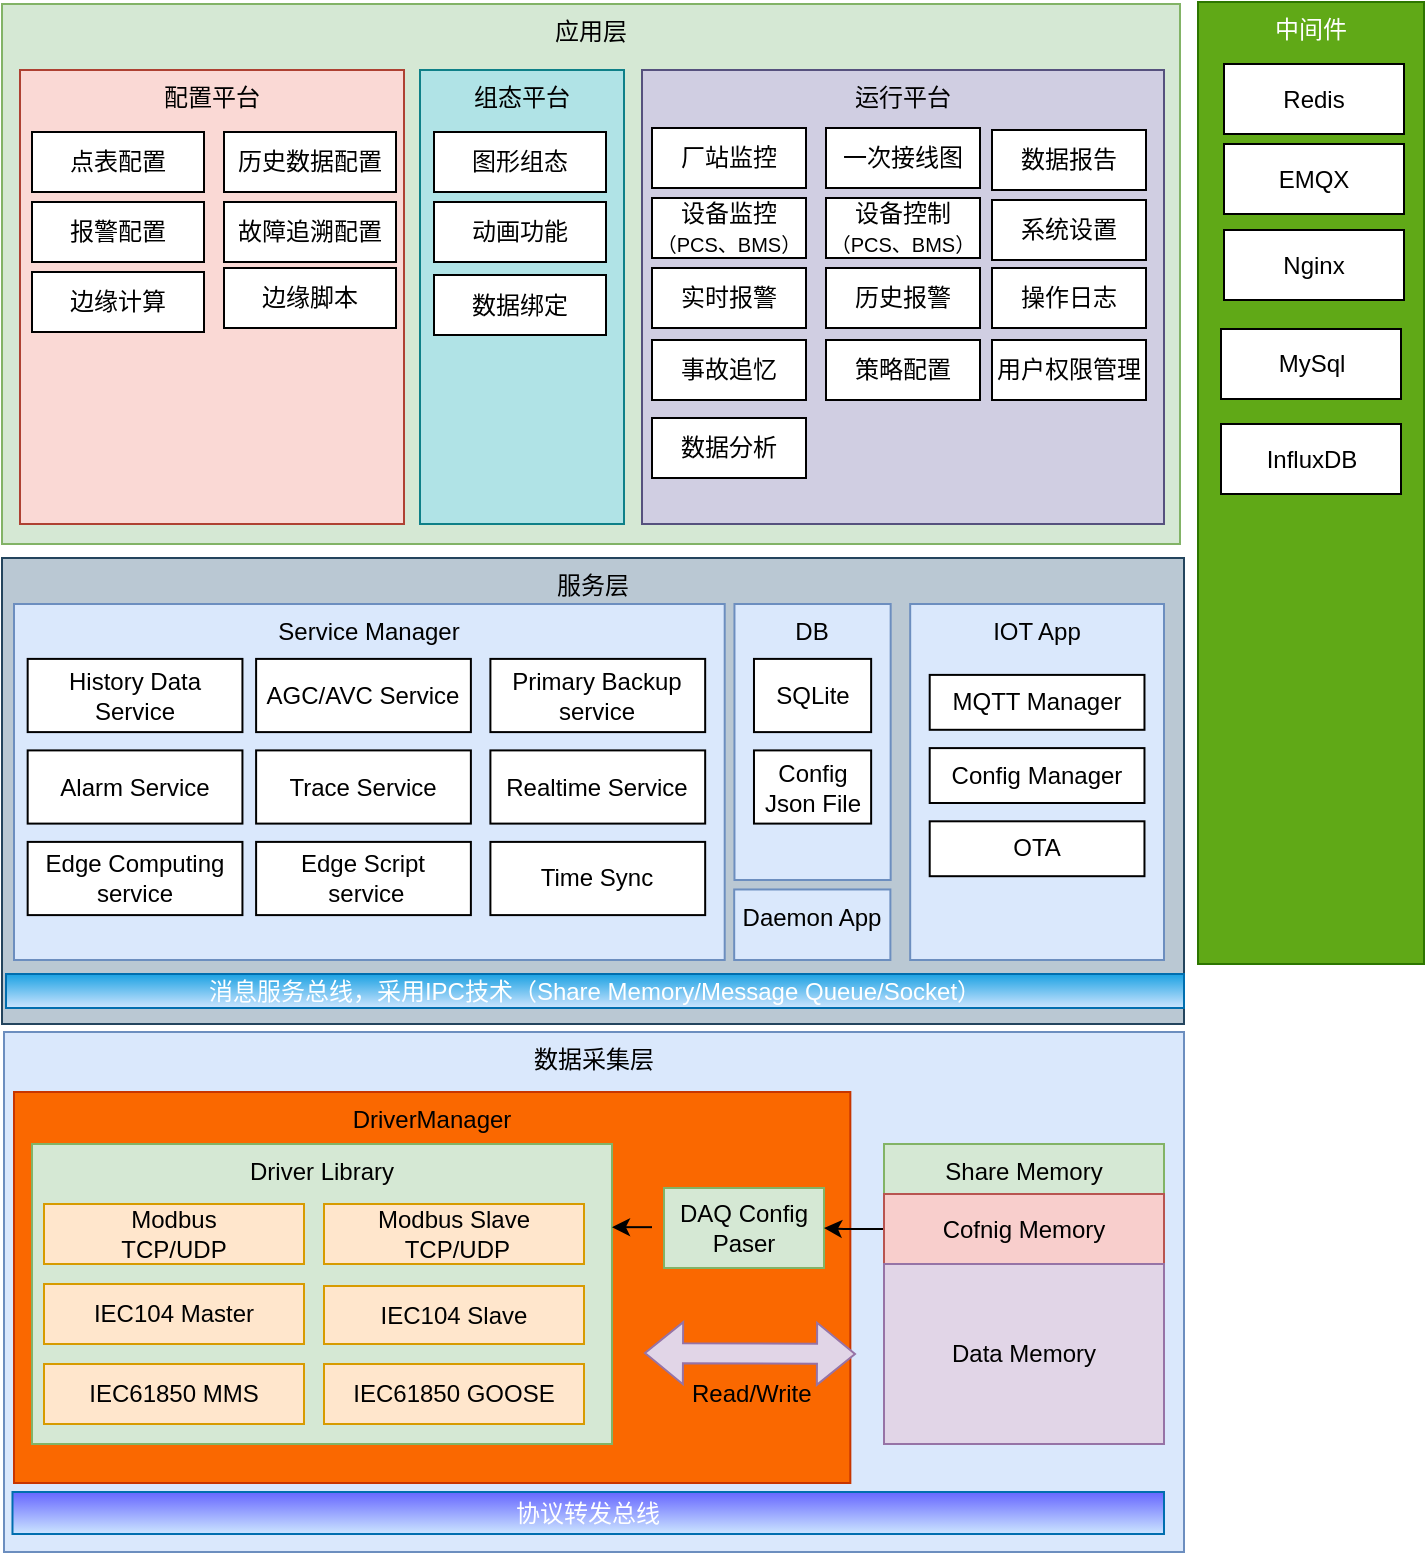
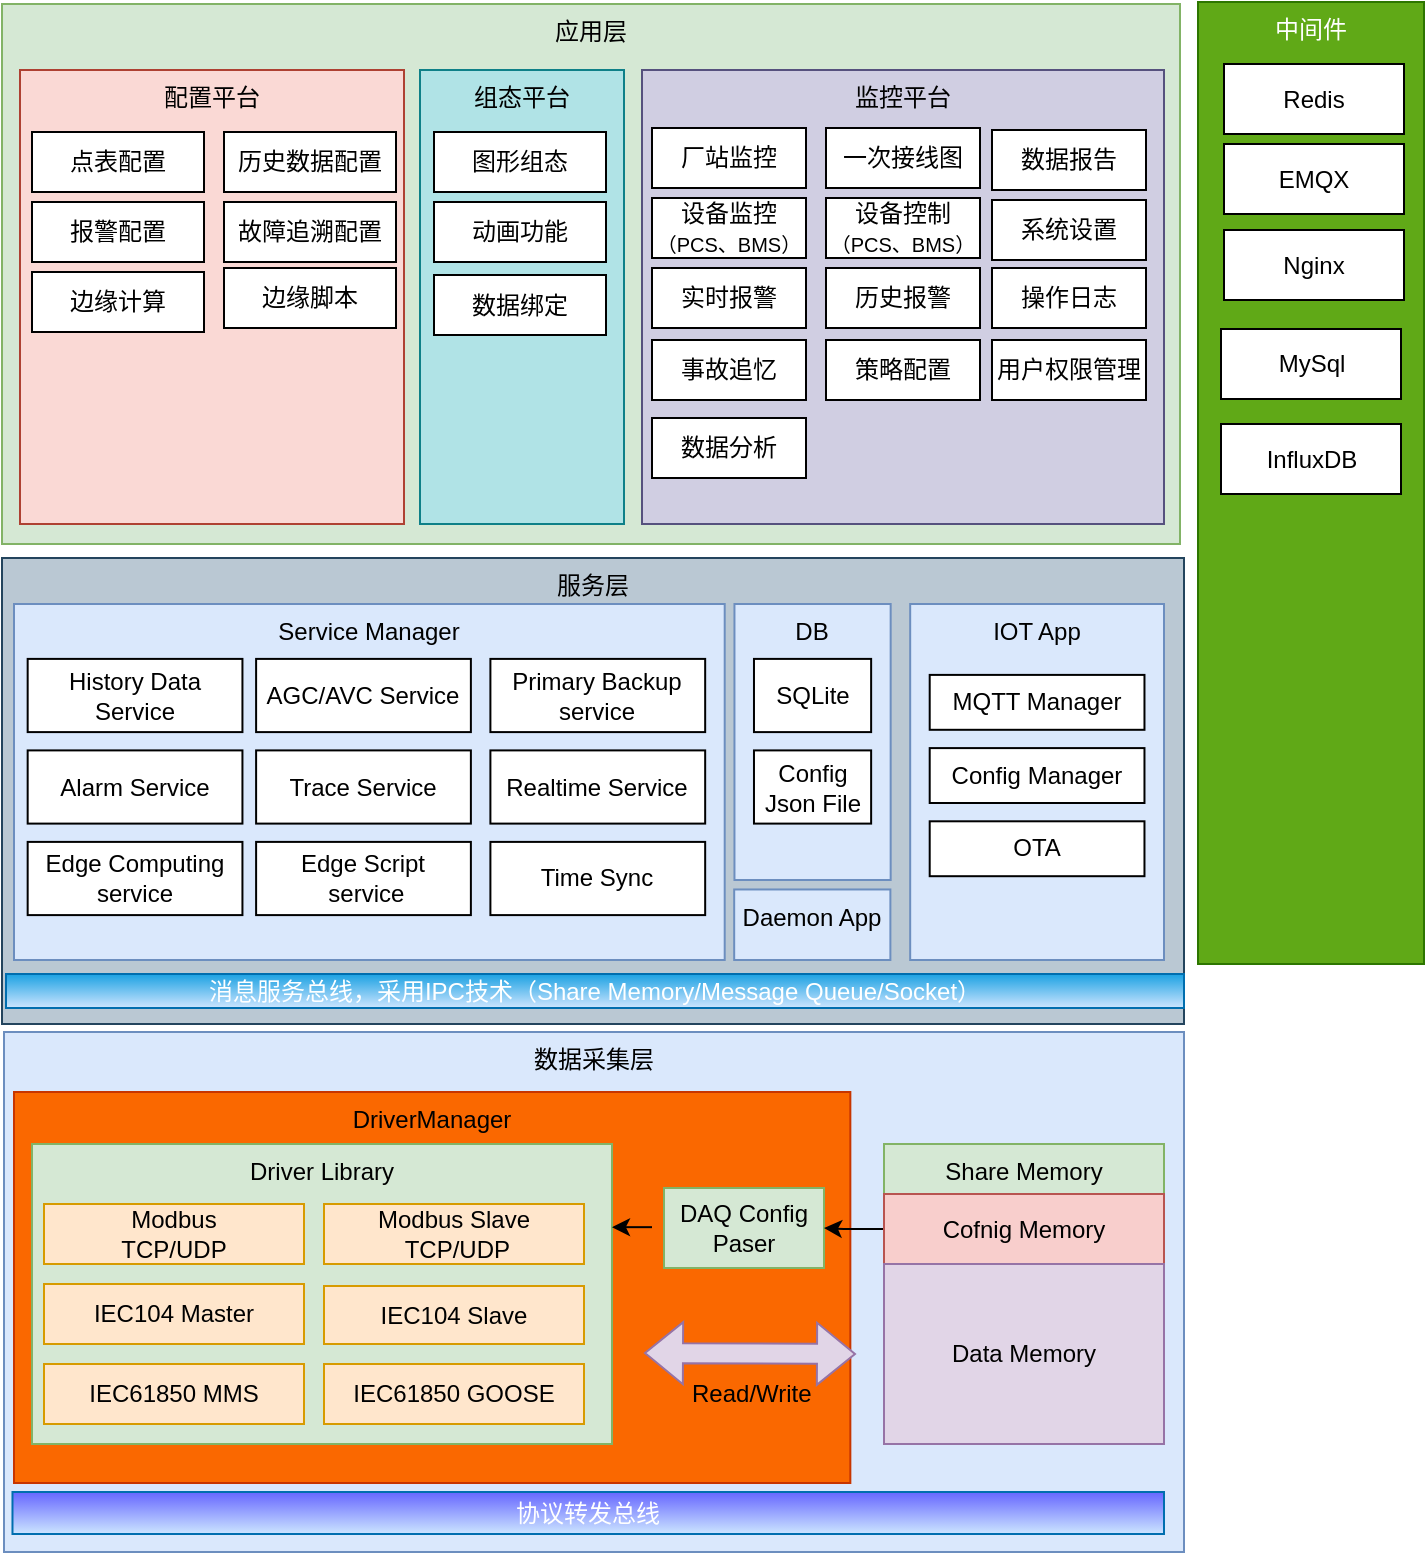
<mxfile host="app.diagrams.net">
  <diagram name="第 1 页" id="cmYdW-KwAcN8iq6mTffT">
-     <mxGraphModel dx="975" dy="1710" grid="1" gridSize="10" guides="1" tooltips="1" connect="1" arrows="1" fold="1" page="1" pageScale="1" pageWidth="827" pageHeight="1169" background="none" math="0" shadow="0">
+     <mxGraphModel dx="1488" dy="1997" grid="1" gridSize="10" guides="1" tooltips="1" connect="1" arrows="1" fold="1" page="1" pageScale="1" pageWidth="827" pageHeight="1169" background="none" math="0" shadow="0">
      <root>
        <mxCell id="0" />
        <mxCell id="1" parent="0" />
        <mxCell id="tWvuuD-49sGy5XE3C95i-89" parent="1" style="rounded=0;whiteSpace=wrap;html=1;verticalAlign=top;fillColor=#bac8d3;strokeColor=#23445d;" value="服务层" vertex="1">
          <mxGeometry height="233" width="591" x="109" y="137" as="geometry" />
        </mxCell>
        <mxCell id="tWvuuD-49sGy5XE3C95i-70" parent="1" style="rounded=0;whiteSpace=wrap;html=1;fillColor=#1ba1e2;strokeColor=#006EAF;fontColor=#ffffff;fillStyle=solid;gradientColor=#CCE5FF;" value="消息服务总线，采用IPC技术（Share Memory/Message Queue/Socket）" vertex="1">
          <mxGeometry height="17" width="589" x="111" y="345" as="geometry" />
        </mxCell>
        <mxCell id="tWvuuD-49sGy5XE3C95i-1" parent="1" style="rounded=0;whiteSpace=wrap;html=1;labelPosition=center;verticalLabelPosition=middle;align=center;verticalAlign=top;fillColor=#dae8fc;strokeColor=#6c8ebf;" value="数据采集层" vertex="1">
          <mxGeometry height="260" width="590" x="110" y="374" as="geometry" />
        </mxCell>
        <mxCell id="fvacmNMgwCuQSH0wYwom-62" parent="1" style="rounded=0;whiteSpace=wrap;html=1;fillColor=#fa6800;fontColor=#000000;strokeColor=#C73500;verticalAlign=top;" value="DriverManager" vertex="1">
          <mxGeometry height="195.5" width="418.17" x="115" y="404" as="geometry" />
        </mxCell>
        <mxCell id="tWvuuD-49sGy5XE3C95i-3" parent="1" style="rounded=0;whiteSpace=wrap;html=1;verticalAlign=top;fillColor=#d5e8d4;strokeColor=#82b366;" value="Driver Library" vertex="1">
          <mxGeometry height="150" width="290" x="124" y="430" as="geometry" />
        </mxCell>
        <mxCell id="tWvuuD-49sGy5XE3C95i-4" parent="1" style="rounded=0;whiteSpace=wrap;html=1;align=center;fillColor=#ffe6cc;strokeColor=#d79b00;" value="&lt;div&gt;Modbus&lt;/div&gt;&lt;div&gt;TCP/UDP&lt;/div&gt;" vertex="1">
          <mxGeometry height="30" width="130" x="130" y="460" as="geometry" />
        </mxCell>
        <mxCell id="tWvuuD-49sGy5XE3C95i-6" parent="1" style="rounded=0;whiteSpace=wrap;html=1;fillColor=#ffe6cc;strokeColor=#d79b00;" value="IEC104 Master" vertex="1">
          <mxGeometry height="30" width="130" x="130" y="500" as="geometry" />
        </mxCell>
        <mxCell id="tWvuuD-49sGy5XE3C95i-7" parent="1" style="rounded=0;whiteSpace=wrap;html=1;fillColor=#ffe6cc;strokeColor=#d79b00;" value="IEC104 Slave" vertex="1">
          <mxGeometry height="29" width="130" x="270" y="501" as="geometry" />
        </mxCell>
        <mxCell id="tWvuuD-49sGy5XE3C95i-8" parent="1" style="rounded=0;whiteSpace=wrap;html=1;fillColor=#ffe6cc;strokeColor=#d79b00;" value="&lt;div&gt;Modbus Slave&lt;/div&gt;&lt;div&gt;&amp;nbsp;TCP/UDP&lt;/div&gt;" vertex="1">
          <mxGeometry height="30" width="130" x="270" y="460" as="geometry" />
        </mxCell>
        <mxCell id="tWvuuD-49sGy5XE3C95i-9" parent="1" style="rounded=0;whiteSpace=wrap;html=1;fillColor=#ffe6cc;strokeColor=#d79b00;" value="IEC61850 MMS" vertex="1">
          <mxGeometry height="30" width="130" x="130" y="540" as="geometry" />
        </mxCell>
        <mxCell id="tWvuuD-49sGy5XE3C95i-10" parent="1" style="rounded=0;whiteSpace=wrap;html=1;fillColor=#ffe6cc;strokeColor=#d79b00;" value="IEC61850 GOOSE" vertex="1">
          <mxGeometry height="30" width="130" x="270" y="540" as="geometry" />
        </mxCell>
        <mxCell id="tWvuuD-49sGy5XE3C95i-11" parent="1" style="rounded=0;whiteSpace=wrap;html=1;fillColor=#d5e8d4;strokeColor=#82b366;" value="DAQ Config Paser" vertex="1">
          <mxGeometry height="40" width="80" x="440" y="452" as="geometry" />
        </mxCell>
        <mxCell id="tWvuuD-49sGy5XE3C95i-12" parent="1" style="rounded=0;whiteSpace=wrap;html=1;fillColor=#d5e8d4;strokeColor=#82b366;verticalAlign=top;" value="Share Memory" vertex="1">
          <mxGeometry height="150" width="140" x="550" y="430" as="geometry" />
        </mxCell>
        <mxCell id="tWvuuD-49sGy5XE3C95i-20" edge="1" parent="1" source="tWvuuD-49sGy5XE3C95i-13" style="edgeStyle=orthogonalEdgeStyle;rounded=0;orthogonalLoop=1;jettySize=auto;html=1;" target="tWvuuD-49sGy5XE3C95i-11" value="">
          <mxGeometry relative="1" as="geometry" />
        </mxCell>
        <mxCell id="tWvuuD-49sGy5XE3C95i-13" parent="1" style="rounded=0;whiteSpace=wrap;html=1;fillColor=#f8cecc;strokeColor=#b85450;" value="Cofnig Memory" vertex="1">
          <mxGeometry height="35" width="140" x="550" y="455" as="geometry" />
        </mxCell>
        <mxCell id="tWvuuD-49sGy5XE3C95i-14" parent="1" style="rounded=0;whiteSpace=wrap;html=1;fillColor=#e1d5e7;strokeColor=#9673a6;" value="Data Memory" vertex="1">
          <mxGeometry height="90" width="140" x="550" y="490" as="geometry" />
        </mxCell>
        <mxCell id="tWvuuD-49sGy5XE3C95i-22" edge="1" parent="1" style="shape=flexArrow;endArrow=classic;startArrow=classic;html=1;rounded=0;fillColor=#e1d5e7;strokeColor=#9673a6;" value="">
          <mxGeometry height="100" relative="1" width="100" as="geometry">
            <mxPoint x="430" y="534.5" as="sourcePoint" />
            <mxPoint x="536" y="535" as="targetPoint" />
          </mxGeometry>
        </mxCell>
        <mxCell id="tWvuuD-49sGy5XE3C95i-30" edge="1" parent="1" style="endArrow=classic;html=1;rounded=0;" value="">
          <mxGeometry height="50" relative="1" width="50" as="geometry">
            <mxPoint x="434" y="471.58000000000004" as="sourcePoint" />
            <mxPoint x="414" y="471.58000000000004" as="targetPoint" />
          </mxGeometry>
        </mxCell>
        <mxCell id="tWvuuD-49sGy5XE3C95i-31" parent="1" style="text;strokeColor=none;fillColor=none;align=left;verticalAlign=middle;spacingLeft=4;spacingRight=4;overflow=hidden;points=[[0,0.5],[1,0.5]];portConstraint=eastwest;rotatable=0;whiteSpace=wrap;html=1;" value="Read/Write" vertex="1">
          <mxGeometry height="30" width="70" x="448" y="540" as="geometry" />
        </mxCell>
        <mxCell id="tWvuuD-49sGy5XE3C95i-47" parent="1" style="rounded=0;whiteSpace=wrap;html=1;verticalAlign=top;fillColor=#d5e8d4;strokeColor=#82b366;" value="应用层" vertex="1">
          <mxGeometry height="270" width="589" x="109" y="-140" as="geometry" />
        </mxCell>
        <mxCell id="tWvuuD-49sGy5XE3C95i-48" parent="1" style="rounded=0;whiteSpace=wrap;html=1;verticalAlign=top;fillColor=#fad9d5;strokeColor=#ae4132;" value="配置平台" vertex="1">
          <mxGeometry height="227" width="192" x="118" y="-107" as="geometry" />
        </mxCell>
        <mxCell id="tWvuuD-49sGy5XE3C95i-49" parent="1" style="rounded=0;whiteSpace=wrap;html=1;verticalAlign=top;fillColor=#b0e3e6;strokeColor=#0e8088;" value="组态平台" vertex="1">
          <mxGeometry height="227" width="102" x="318" y="-107" as="geometry" />
        </mxCell>
-         <mxCell id="tWvuuD-49sGy5XE3C95i-50" parent="1" style="rounded=0;whiteSpace=wrap;html=1;verticalAlign=top;fillColor=#d0cee2;strokeColor=#56517e;" value="运行平台" vertex="1">
+         <mxCell id="tWvuuD-49sGy5XE3C95i-50" parent="1" style="rounded=0;whiteSpace=wrap;html=1;verticalAlign=top;fillColor=#d0cee2;strokeColor=#56517e;" value="监控平台" vertex="1">
          <mxGeometry height="227" width="261" x="429" y="-107" as="geometry" />
        </mxCell>
        <mxCell id="tWvuuD-49sGy5XE3C95i-51" parent="1" style="rounded=0;whiteSpace=wrap;html=1;" value="点表配置" vertex="1">
          <mxGeometry height="30" width="86" x="124" y="-76" as="geometry" />
        </mxCell>
        <mxCell id="tWvuuD-49sGy5XE3C95i-52" parent="1" style="rounded=0;whiteSpace=wrap;html=1;" value="历史数据配置" vertex="1">
          <mxGeometry height="30" width="86" x="220" y="-76" as="geometry" />
        </mxCell>
        <mxCell id="tWvuuD-49sGy5XE3C95i-53" parent="1" style="rounded=0;whiteSpace=wrap;html=1;" value="报警配置" vertex="1">
          <mxGeometry height="30" width="86" x="124" y="-41" as="geometry" />
        </mxCell>
        <mxCell id="tWvuuD-49sGy5XE3C95i-54" parent="1" style="rounded=0;whiteSpace=wrap;html=1;" value="故障追溯配置" vertex="1">
          <mxGeometry height="30" width="86" x="220" y="-41" as="geometry" />
        </mxCell>
        <mxCell id="tWvuuD-49sGy5XE3C95i-55" parent="1" style="rounded=0;whiteSpace=wrap;html=1;" value="边缘计算" vertex="1">
          <mxGeometry height="30" width="86" x="124" y="-6" as="geometry" />
        </mxCell>
        <mxCell id="tWvuuD-49sGy5XE3C95i-56" parent="1" style="rounded=0;whiteSpace=wrap;html=1;" value="边缘脚本" vertex="1">
          <mxGeometry height="30" width="86" x="220" y="-8" as="geometry" />
        </mxCell>
        <mxCell id="tWvuuD-49sGy5XE3C95i-57" parent="1" style="rounded=0;whiteSpace=wrap;html=1;" value="图形组态" vertex="1">
          <mxGeometry height="30" width="86" x="325" y="-76" as="geometry" />
        </mxCell>
        <mxCell id="tWvuuD-49sGy5XE3C95i-58" parent="1" style="rounded=0;whiteSpace=wrap;html=1;" value="数据绑定" vertex="1">
          <mxGeometry height="30" width="86" x="325" y="-4.5" as="geometry" />
        </mxCell>
        <mxCell id="tWvuuD-49sGy5XE3C95i-59" parent="1" style="rounded=0;whiteSpace=wrap;html=1;" value="动画功能" vertex="1">
          <mxGeometry height="30" width="86" x="325" y="-41" as="geometry" />
        </mxCell>
        <mxCell id="tWvuuD-49sGy5XE3C95i-61" parent="1" style="rounded=0;whiteSpace=wrap;html=1;" value="厂站监控" vertex="1">
          <mxGeometry height="30" width="77" x="434" y="-78" as="geometry" />
        </mxCell>
        <mxCell id="tWvuuD-49sGy5XE3C95i-63" parent="1" style="rounded=0;whiteSpace=wrap;html=1;" value="一次接线图" vertex="1">
          <mxGeometry height="30" width="77" x="521" y="-78" as="geometry" />
        </mxCell>
        <mxCell id="tWvuuD-49sGy5XE3C95i-64" parent="1" style="rounded=0;whiteSpace=wrap;html=1;" value="&lt;div&gt;设备监控&lt;/div&gt;&lt;div&gt;&lt;font style=&quot;font-size: 10px;&quot;&gt;（PCS、BMS）&lt;/font&gt;&lt;/div&gt;" vertex="1">
          <mxGeometry height="30" width="77" x="434" y="-43" as="geometry" />
        </mxCell>
        <mxCell id="tWvuuD-49sGy5XE3C95i-65" parent="1" style="rounded=0;whiteSpace=wrap;html=1;" value="&lt;div&gt;设备控制&lt;/div&gt;&lt;div&gt;&lt;font style=&quot;font-size: 10px;&quot;&gt;（PCS、BMS）&lt;/font&gt;&lt;/div&gt;" vertex="1">
          <mxGeometry height="30" width="77" x="521" y="-43" as="geometry" />
        </mxCell>
        <mxCell id="tWvuuD-49sGy5XE3C95i-66" parent="1" style="rounded=0;whiteSpace=wrap;html=1;" value="&lt;div&gt;实时报警&lt;/div&gt;" vertex="1">
          <mxGeometry height="30" width="77" x="434" y="-8" as="geometry" />
        </mxCell>
        <mxCell id="tWvuuD-49sGy5XE3C95i-67" parent="1" style="rounded=0;whiteSpace=wrap;html=1;" value="&lt;div&gt;历史报警&lt;/div&gt;" vertex="1">
          <mxGeometry height="30" width="77" x="521" y="-8" as="geometry" />
        </mxCell>
        <mxCell id="tWvuuD-49sGy5XE3C95i-68" parent="1" style="rounded=0;whiteSpace=wrap;html=1;" value="事故追忆" vertex="1">
          <mxGeometry height="30" width="77" x="434" y="28" as="geometry" />
        </mxCell>
        <mxCell id="tWvuuD-49sGy5XE3C95i-69" parent="1" style="rounded=0;whiteSpace=wrap;html=1;" value="策略配置" vertex="1">
          <mxGeometry height="30" width="77" x="521" y="28" as="geometry" />
        </mxCell>
        <mxCell id="tWvuuD-49sGy5XE3C95i-73" parent="1" style="rounded=0;whiteSpace=wrap;html=1;verticalAlign=top;fillColor=#60a917;fontColor=#ffffff;strokeColor=#2D7600;" value="中间件" vertex="1">
          <mxGeometry height="481" width="113" x="707" y="-141" as="geometry" />
        </mxCell>
        <mxCell id="tWvuuD-49sGy5XE3C95i-74" parent="1" style="rounded=0;whiteSpace=wrap;html=1;" value="Redis" vertex="1">
          <mxGeometry height="35" width="90" x="720" y="-110" as="geometry" />
        </mxCell>
        <mxCell id="tWvuuD-49sGy5XE3C95i-75" parent="1" style="rounded=0;whiteSpace=wrap;html=1;" value="EMQX" vertex="1">
          <mxGeometry height="35" width="90" x="720" y="-70" as="geometry" />
        </mxCell>
        <mxCell id="tWvuuD-49sGy5XE3C95i-76" parent="1" style="rounded=0;whiteSpace=wrap;html=1;" value="Nginx" vertex="1">
          <mxGeometry height="35" width="90" x="720" y="-27" as="geometry" />
        </mxCell>
        <mxCell id="tWvuuD-49sGy5XE3C95i-77" parent="1" style="rounded=0;whiteSpace=wrap;html=1;" value="MySql" vertex="1">
          <mxGeometry height="35" width="90" x="718.5" y="22.5" as="geometry" />
        </mxCell>
        <mxCell id="tWvuuD-49sGy5XE3C95i-78" parent="1" style="rounded=0;whiteSpace=wrap;html=1;" value="InfluxDB" vertex="1">
          <mxGeometry height="35" width="90" x="718.5" y="70" as="geometry" />
        </mxCell>
        <mxCell id="tWvuuD-49sGy5XE3C95i-83" parent="1" style="rounded=0;whiteSpace=wrap;html=1;" value="操作日志" vertex="1">
          <mxGeometry height="30" width="77" x="604" y="-8" as="geometry" />
        </mxCell>
        <mxCell id="tWvuuD-49sGy5XE3C95i-84" parent="1" style="rounded=0;whiteSpace=wrap;html=1;" value="用户权限管理" vertex="1">
          <mxGeometry height="30" width="77" x="604" y="28" as="geometry" />
        </mxCell>
        <mxCell id="tWvuuD-49sGy5XE3C95i-85" parent="1" style="rounded=0;whiteSpace=wrap;html=1;" value="数据报告" vertex="1">
          <mxGeometry height="30" width="77" x="604" y="-77" as="geometry" />
        </mxCell>
        <mxCell id="tWvuuD-49sGy5XE3C95i-86" parent="1" style="rounded=0;whiteSpace=wrap;html=1;" value="系统设置" vertex="1">
          <mxGeometry height="30" width="77" x="604" y="-42" as="geometry" />
        </mxCell>
        <mxCell id="tWvuuD-49sGy5XE3C95i-88" parent="1" style="rounded=0;whiteSpace=wrap;html=1;" value="数据分析" vertex="1">
          <mxGeometry height="30" width="77" x="434" y="67" as="geometry" />
        </mxCell>
        <mxCell id="tWvuuD-49sGy5XE3C95i-32" parent="1" style="rounded=0;whiteSpace=wrap;html=1;labelPosition=center;verticalLabelPosition=middle;align=center;verticalAlign=top;fillColor=#dae8fc;strokeColor=#6c8ebf;" value="Service Manager" vertex="1">
          <mxGeometry height="178" width="355.35" x="115" y="160" as="geometry" />
        </mxCell>
        <mxCell id="tWvuuD-49sGy5XE3C95i-33" parent="1" style="rounded=0;whiteSpace=wrap;html=1;" value="History Data Service" vertex="1">
          <mxGeometry height="36.6" width="107.38539898132426" x="121.83361629881155" y="187.45" as="geometry" />
        </mxCell>
        <mxCell id="tWvuuD-49sGy5XE3C95i-34" parent="1" style="rounded=0;whiteSpace=wrap;html=1;" value="Alarm Service" vertex="1">
          <mxGeometry height="36.6" width="107.38539898132426" x="121.83361629881155" y="233.2" as="geometry" />
        </mxCell>
        <mxCell id="tWvuuD-49sGy5XE3C95i-35" parent="1" style="rounded=0;whiteSpace=wrap;html=1;" value="Edge Computing service" vertex="1">
          <mxGeometry height="36.6" width="107.38539898132426" x="121.83361629881155" y="278.95" as="geometry" />
        </mxCell>
        <mxCell id="tWvuuD-49sGy5XE3C95i-36" parent="1" style="rounded=0;whiteSpace=wrap;html=1;" value="AGC/AVC Service" vertex="1">
          <mxGeometry height="36.6" width="107.38539898132426" x="236.05263157894734" y="187.45" as="geometry" />
        </mxCell>
        <mxCell id="tWvuuD-49sGy5XE3C95i-37" parent="1" style="rounded=0;whiteSpace=wrap;html=1;" value="Trace Service" vertex="1">
          <mxGeometry height="36.6" width="107.38539898132426" x="236.05263157894734" y="233.2" as="geometry" />
        </mxCell>
        <mxCell id="tWvuuD-49sGy5XE3C95i-38" parent="1" style="rounded=0;whiteSpace=wrap;html=1;" value="&lt;div&gt;Edge Script&lt;/div&gt;&lt;div&gt;&amp;nbsp;service&lt;/div&gt;" vertex="1">
          <mxGeometry height="36.6" width="107.38539898132426" x="236.05263157894734" y="278.95" as="geometry" />
        </mxCell>
        <mxCell id="tWvuuD-49sGy5XE3C95i-39" parent="1" style="rounded=0;whiteSpace=wrap;html=1;" value="Primary Backup service" vertex="1">
          <mxGeometry height="36.6" width="107.38539898132426" x="353.2003395585738" y="187.45" as="geometry" />
        </mxCell>
        <mxCell id="tWvuuD-49sGy5XE3C95i-40" parent="1" style="rounded=0;whiteSpace=wrap;html=1;labelPosition=center;verticalLabelPosition=middle;align=center;verticalAlign=top;fillColor=#dae8fc;strokeColor=#6c8ebf;" value="IOT App" vertex="1">
          <mxGeometry height="178" width="126.91" x="563.09" y="160" as="geometry" />
        </mxCell>
        <mxCell id="tWvuuD-49sGy5XE3C95i-41" parent="1" style="rounded=0;whiteSpace=wrap;html=1;" value="MQTT Manager" vertex="1">
          <mxGeometry height="27.45" width="107.38539898132426" x="572.8522920203734" y="195.45" as="geometry" />
        </mxCell>
        <mxCell id="tWvuuD-49sGy5XE3C95i-42" parent="1" style="rounded=0;whiteSpace=wrap;html=1;" value="Config Manager" vertex="1">
          <mxGeometry height="27.45" width="107.38539898132426" x="572.8522920203734" y="232.05" as="geometry" />
        </mxCell>
        <mxCell id="tWvuuD-49sGy5XE3C95i-43" parent="1" style="rounded=0;whiteSpace=wrap;html=1;" value="Realtime Service" vertex="1">
          <mxGeometry height="36.6" width="107.38539898132426" x="353.2003395585738" y="233.2" as="geometry" />
        </mxCell>
        <mxCell id="tWvuuD-49sGy5XE3C95i-44" parent="1" style="rounded=0;whiteSpace=wrap;html=1;labelPosition=center;verticalLabelPosition=middle;align=center;verticalAlign=top;fillColor=#dae8fc;strokeColor=#6c8ebf;" value="DB" vertex="1">
          <mxGeometry height="138" width="78.1" x="475.23" y="160" as="geometry" />
        </mxCell>
        <mxCell id="tWvuuD-49sGy5XE3C95i-45" parent="1" style="rounded=0;whiteSpace=wrap;html=1;" value="SQLite" vertex="1">
          <mxGeometry height="36.6" width="58.57385398981324" x="484.9915110356536" y="187.45" as="geometry" />
        </mxCell>
        <mxCell id="tWvuuD-49sGy5XE3C95i-46" parent="1" style="rounded=0;whiteSpace=wrap;html=1;" value="&lt;div&gt;Config&lt;/div&gt;&lt;div&gt;Json File&lt;/div&gt;" vertex="1">
          <mxGeometry height="36.6" width="58.57385398981324" x="484.9915110356536" y="233.2" as="geometry" />
        </mxCell>
        <mxCell id="tWvuuD-49sGy5XE3C95i-79" parent="1" style="rounded=0;whiteSpace=wrap;html=1;" value="OTA" vertex="1">
          <mxGeometry height="27.45" width="107.38539898132426" x="572.8522920203734" y="268.65" as="geometry" />
        </mxCell>
        <mxCell id="tWvuuD-49sGy5XE3C95i-80" parent="1" style="rounded=0;whiteSpace=wrap;html=1;labelPosition=center;verticalLabelPosition=middle;align=center;verticalAlign=top;fillColor=#dae8fc;strokeColor=#6c8ebf;" value="Daemon App" vertex="1">
          <mxGeometry height="35.26" width="78.1" x="475.09" y="302.74" as="geometry" />
        </mxCell>
        <mxCell id="tWvuuD-49sGy5XE3C95i-81" parent="1" style="rounded=0;whiteSpace=wrap;html=1;" value="Time Sync" vertex="1">
          <mxGeometry height="36.6" width="107.38539898132426" x="353.2003395585738" y="278.95" as="geometry" />
        </mxCell>
        <mxCell id="aoO8w_xtNYREDllr1Nt--1" parent="1" style="rounded=0;whiteSpace=wrap;html=1;fillColor=#6666FF;strokeColor=#006EAF;fontColor=#ffffff;fillStyle=solid;gradientColor=#CCE5FF;" value="协议转发总线" vertex="1">
          <mxGeometry height="21" width="575.76" x="114.24" y="604" as="geometry" />
        </mxCell>
      </root>
    </mxGraphModel>
  </diagram>
</mxfile>
